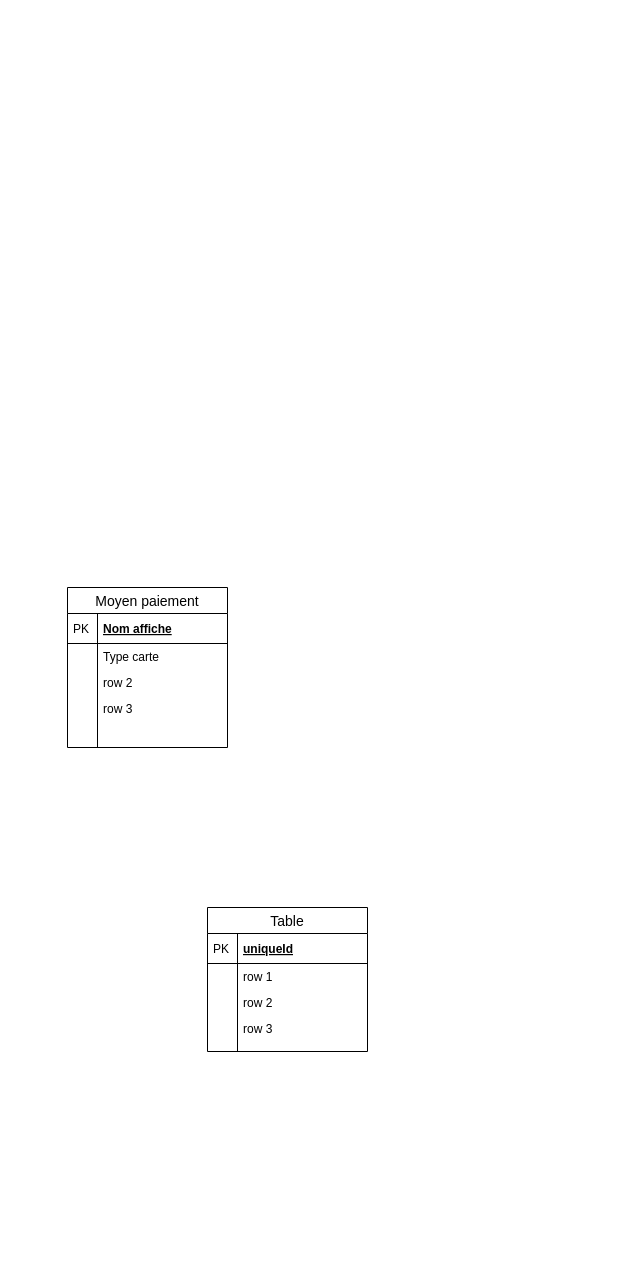
The draw.io diagram Untitled Diagram.drawio in mathis-brionne/PiscineING3, before the edit. Source tidied: cells renumbered, new cells numbered last; positions are measured from the earlier drawing's top-left corner, leaving out a move shared by most shapes. Both pictures are drawn from the tidied source at 100%, with x=0, y=0 at pixel (67, 587).
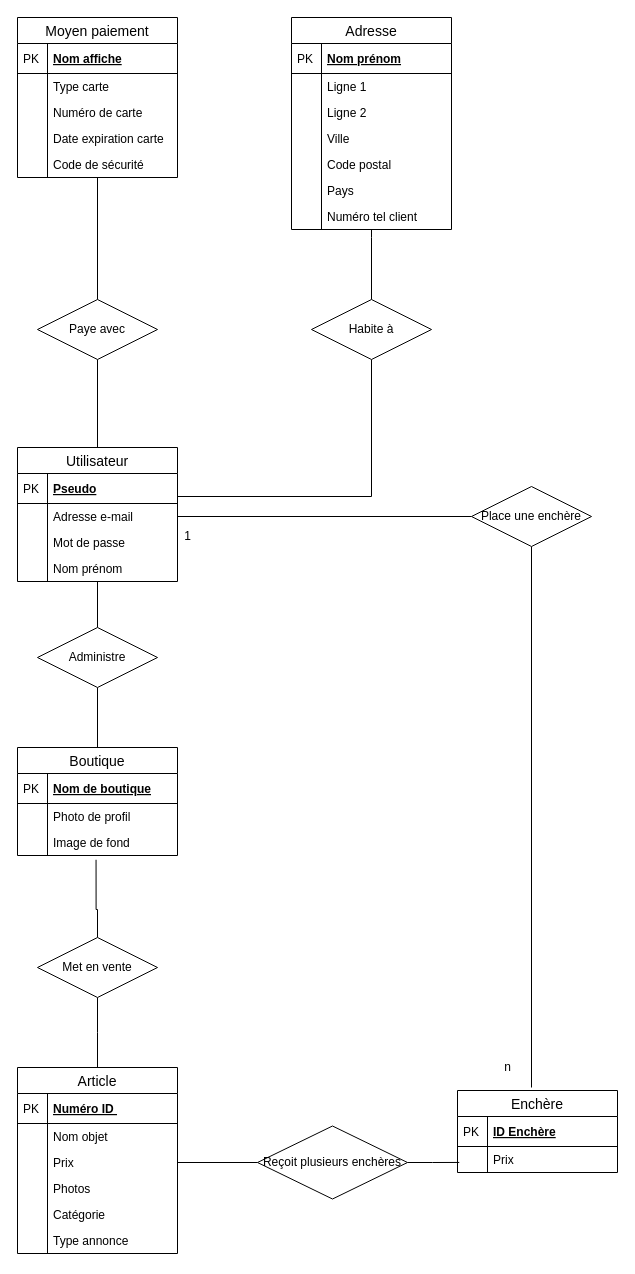
Above is the later version.

Diff of the diagram source:
```diff
@@
+    <mxCell id="24" style="edgeStyle=orthogonalEdgeStyle;rounded=0;jettySize=auto;html=1;endArrow=none;endFill=0;" parent="1" edge="1" source="2" target="78">
+      <mxGeometry relative="1" as="geometry" />
+    </mxCell>
     <mxCell id="2" value="Moyen paiement" style="swimlane;fontStyle=0;horizontal=1;startSize=26;align=center;fontSize=14;" parent="1" vertex="1">
-      <mxGeometry width="160" height="160" as="geometry" />
+      <mxGeometry x="-50" y="-570" width="160" height="160" as="geometry" />
     </mxCell>
@@
-    <mxCell id="7" value="row 2" style="shape=partialRectangle;top=0;left=0;right=0;bottom=0;align=left;verticalAlign=top;fillColor=none;spacingLeft=34;spacingRight=4;overflow=hidden;fontSize=12;" parent="2" vertex="1">
+    <mxCell id="7" value="Numéro de carte" style="shape=partialRectangle;top=0;left=0;right=0;bottom=0;align=left;verticalAlign=top;fillColor=none;spacingLeft=34;spacingRight=4;overflow=hidden;fontSize=12;" parent="2" vertex="1">
       <mxGeometry y="82" width="160" height="26" as="geometry" />
     </mxCell>
@@
-    <mxCell id="9" value="row 3" style="shape=partialRectangle;top=0;left=0;right=0;bottom=0;align=left;verticalAlign=top;fillColor=none;spacingLeft=34;spacingRight=4;overflow=hidden;fontSize=12;" parent="2" vertex="1">
+    <mxCell id="9" value="Date expiration carte" style="shape=partialRectangle;top=0;left=0;right=0;bottom=0;align=left;verticalAlign=top;fillColor=none;spacingLeft=34;spacingRight=4;overflow=hidden;fontSize=12;" parent="2" vertex="1">
       <mxGeometry y="108" width="160" height="26" as="geometry" />
     </mxCell>
@@
-    <mxCell id="11" style="shape=partialRectangle;top=0;left=0;right=0;bottom=0;align=left;verticalAlign=top;fillColor=none;spacingLeft=34;spacingRight=4;overflow=hidden;fontSize=12;" parent="2" vertex="1">
+    <mxCell id="11" value="Code de sécurité" style="shape=partialRectangle;top=0;left=0;right=0;bottom=0;align=left;verticalAlign=top;fillColor=none;spacingLeft=34;spacingRight=4;overflow=hidden;fontSize=12;" parent="2" vertex="1">
       <mxGeometry y="134" width="160" height="26" as="geometry" />
     </mxCell>
@@
-    <mxCell id="13" value="Table" style="swimlane;fontStyle=0;horizontal=1;startSize=26;align=center;fontSize=14;" parent="1" vertex="1">
-      <mxGeometry x="140" y="320" width="160" height="144" as="geometry" />
+    <mxCell id="13" value="Adresse" style="swimlane;fontStyle=0;horizontal=1;startSize=26;align=center;fontSize=14;" parent="1" vertex="1">
+      <mxGeometry x="224" y="-570" width="160" height="212" as="geometry" />
     </mxCell>
-    <mxCell id="14" value="uniqueId" style="shape=partialRectangle;top=0;left=0;right=0;bottom=1;align=left;verticalAlign=middle;fillColor=none;spacingLeft=34;spacingRight=4;overflow=hidden;fontStyle=5;fontSize=12;" parent="13" vertex="1">
+    <mxCell id="14" value="Nom prénom" style="shape=partialRectangle;top=0;left=0;right=0;bottom=1;align=left;verticalAlign=middle;fillColor=none;spacingLeft=34;spacingRight=4;overflow=hidden;fontStyle=5;fontSize=12;" parent="13" vertex="1">
       <mxGeometry y="26" width="160" height="30" as="geometry" />
     </mxCell>
@@
-    <mxCell id="16" value="row 1" style="shape=partialRectangle;top=0;left=0;right=0;bottom=0;align=left;verticalAlign=top;fillColor=none;spacingLeft=34;spacingRight=4;overflow=hidden;fontSize=12;" parent="13" vertex="1">
+    <mxCell id="16" value="Ligne 1" style="shape=partialRectangle;top=0;left=0;right=0;bottom=0;align=left;verticalAlign=top;fillColor=none;spacingLeft=34;spacingRight=4;overflow=hidden;fontSize=12;" parent="13" vertex="1">
       <mxGeometry y="56" width="160" height="26" as="geometry" />
     </mxCell>
@@
-    <mxCell id="18" value="row 2" style="shape=partialRectangle;top=0;left=0;right=0;bottom=0;align=left;verticalAlign=top;fillColor=none;spacingLeft=34;spacingRight=4;overflow=hidden;fontSize=12;" parent="13" vertex="1">
+    <mxCell id="18" value="Ligne 2" style="shape=partialRectangle;top=0;left=0;right=0;bottom=0;align=left;verticalAlign=top;fillColor=none;spacingLeft=34;spacingRight=4;overflow=hidden;fontSize=12;" parent="13" vertex="1">
       <mxGeometry y="82" width="160" height="26" as="geometry" />
     </mxCell>
@@
-    <mxCell id="20" value="row 3" style="shape=partialRectangle;top=0;left=0;right=0;bottom=0;align=left;verticalAlign=top;fillColor=none;spacingLeft=34;spacingRight=4;overflow=hidden;fontSize=12;" parent="13" vertex="1">
+    <mxCell id="20" value="Ville" style="shape=partialRectangle;top=0;left=0;right=0;bottom=0;align=left;verticalAlign=top;fillColor=none;spacingLeft=34;spacingRight=4;overflow=hidden;fontSize=12;" parent="13" vertex="1">
       <mxGeometry y="108" width="160" height="26" as="geometry" />
     </mxCell>
@@
-    <mxCell id="22" style="shape=partialRectangle;top=0;left=0;right=0;bottom=0;align=left;verticalAlign=top;fillColor=none;spacingLeft=34;spacingRight=4;overflow=hidden;fontSize=12;" parent="13" vertex="1">
-      <mxGeometry y="134" width="160" height="10" as="geometry" />
-    </mxCell>
-    <mxCell id="23" style="shape=partialRectangle;top=0;left=0;bottom=0;fillColor=none;align=left;verticalAlign=top;spacingLeft=4;spacingRight=4;overflow=hidden;fontSize=12;" parent="22" vertex="1">
-      <mxGeometry width="30" height="10" as="geometry" />
-    </mxCell>
+    <mxCell id="25" value="Code postal" style="shape=partialRectangle;top=0;left=0;right=0;bottom=0;align=left;verticalAlign=top;fillColor=none;spacingLeft=34;spacingRight=4;overflow=hidden;fontSize=12;" parent="13" vertex="1">
+      <mxGeometry y="134" width="160" height="26" as="geometry" />
+    </mxCell>
+    <mxCell id="26" style="shape=partialRectangle;top=0;left=0;bottom=0;fillColor=none;align=left;verticalAlign=top;spacingLeft=4;spacingRight=4;overflow=hidden;fontSize=12;" parent="25" vertex="1">
+      <mxGeometry width="30" height="26" as="geometry" />
+    </mxCell>
+    <mxCell id="27" value="Pays" style="shape=partialRectangle;top=0;left=0;right=0;bottom=0;align=left;verticalAlign=top;fillColor=none;spacingLeft=34;spacingRight=4;overflow=hidden;fontSize=12;" parent="13" vertex="1">
+      <mxGeometry y="160" width="160" height="26" as="geometry" />
+    </mxCell>
+    <mxCell id="28" style="shape=partialRectangle;top=0;left=0;bottom=0;fillColor=none;align=left;verticalAlign=top;spacingLeft=4;spacingRight=4;overflow=hidden;fontSize=12;" parent="27" vertex="1">
+      <mxGeometry width="30" height="26" as="geometry" />
+    </mxCell>
+    <mxCell id="29" value="Numéro tel client" style="shape=partialRectangle;top=0;left=0;right=0;bottom=0;align=left;verticalAlign=top;fillColor=none;spacingLeft=34;spacingRight=4;overflow=hidden;points=[[0,0.5],[1,0.5]];portConstraint=eastwest;fontSize=12;" parent="13" vertex="1">
+      <mxGeometry y="186" width="160" height="26" as="geometry" />
+    </mxCell>
+    <mxCell id="30" style="shape=partialRectangle;top=0;left=0;bottom=0;fillColor=none;align=left;verticalAlign=top;spacingLeft=4;spacingRight=4;overflow=hidden;fontSize=12;" parent="29" vertex="1">
+      <mxGeometry width="30" height="26" as="geometry" />
+    </mxCell>
+    <mxCell id="31" style="edgeStyle=orthogonalEdgeStyle;rounded=0;jettySize=auto;html=1;endArrow=none;endFill=0;" parent="1" edge="1" source="32" target="73">
+      <mxGeometry relative="1" as="geometry" />
+    </mxCell>
+    <mxCell id="32" value="Utilisateur" style="swimlane;fontStyle=0;horizontal=1;startSize=26;align=center;fontSize=14;" parent="1" vertex="1">
+      <mxGeometry x="-50" y="-140" width="160" height="134" as="geometry" />
+    </mxCell>
+    <mxCell id="33" value="Pseudo" style="shape=partialRectangle;top=0;left=0;right=0;bottom=1;align=left;verticalAlign=middle;fillColor=none;spacingLeft=34;spacingRight=4;overflow=hidden;fontStyle=5;fontSize=12;" parent="32" vertex="1">
+      <mxGeometry y="26" width="160" height="30" as="geometry" />
+    </mxCell>
+    <mxCell id="34" value="PK" style="shape=partialRectangle;top=0;left=0;bottom=0;fillColor=none;align=left;verticalAlign=middle;spacingLeft=4;spacingRight=4;overflow=hidden;fontSize=12;" parent="33" vertex="1">
+      <mxGeometry width="30" height="30" as="geometry" />
+    </mxCell>
+    <mxCell id="35" value="Adresse e-mail" style="shape=partialRectangle;top=0;left=0;right=0;bottom=0;align=left;verticalAlign=top;fillColor=none;spacingLeft=34;spacingRight=4;overflow=hidden;points=[[0,0.5],[1,0.5]];portConstraint=eastwest;fontSize=12;" parent="32" vertex="1">
+      <mxGeometry y="56" width="160" height="26" as="geometry" />
+    </mxCell>
+    <mxCell id="36" style="shape=partialRectangle;top=0;left=0;bottom=0;fillColor=none;align=left;verticalAlign=top;spacingLeft=4;spacingRight=4;overflow=hidden;fontSize=12;" parent="35" vertex="1">
+      <mxGeometry width="30" height="26" as="geometry" />
+    </mxCell>
+    <mxCell id="37" value="Mot de passe" style="shape=partialRectangle;top=0;left=0;right=0;bottom=0;align=left;verticalAlign=top;fillColor=none;spacingLeft=34;spacingRight=4;overflow=hidden;fontSize=12;" parent="32" vertex="1">
+      <mxGeometry y="82" width="160" height="26" as="geometry" />
+    </mxCell>
+    <mxCell id="38" style="shape=partialRectangle;top=0;left=0;bottom=0;fillColor=none;align=left;verticalAlign=top;spacingLeft=4;spacingRight=4;overflow=hidden;fontSize=12;" parent="37" vertex="1">
+      <mxGeometry width="30" height="26" as="geometry" />
+    </mxCell>
+    <mxCell id="39" value="Nom prénom" style="shape=partialRectangle;top=0;left=0;right=0;bottom=0;align=left;verticalAlign=top;fillColor=none;spacingLeft=34;spacingRight=4;overflow=hidden;fontSize=12;" parent="32" vertex="1">
+      <mxGeometry y="108" width="160" height="26" as="geometry" />
+    </mxCell>
+    <mxCell id="40" style="shape=partialRectangle;top=0;left=0;bottom=0;fillColor=none;align=left;verticalAlign=top;spacingLeft=4;spacingRight=4;overflow=hidden;fontSize=12;" parent="39" vertex="1">
+      <mxGeometry width="30" height="26" as="geometry" />
+    </mxCell>
+    <mxCell id="41" value="Boutique" style="swimlane;fontStyle=0;horizontal=1;startSize=26;align=center;fontSize=14;" parent="1" vertex="1">
+      <mxGeometry x="-50" y="160" width="160" height="108" as="geometry" />
+    </mxCell>
+    <mxCell id="42" value="Nom de boutique" style="shape=partialRectangle;top=0;left=0;right=0;bottom=1;align=left;verticalAlign=middle;fillColor=none;spacingLeft=34;spacingRight=4;overflow=hidden;fontStyle=5;fontSize=12;" parent="41" vertex="1">
+      <mxGeometry y="26" width="160" height="30" as="geometry" />
+    </mxCell>
+    <mxCell id="43" value="PK" style="shape=partialRectangle;top=0;left=0;bottom=0;fillColor=none;align=left;verticalAlign=middle;spacingLeft=4;spacingRight=4;overflow=hidden;fontSize=12;" parent="42" vertex="1">
+      <mxGeometry width="30" height="30" as="geometry" />
+    </mxCell>
+    <mxCell id="44" value="Photo de profil" style="shape=partialRectangle;top=0;left=0;right=0;bottom=0;align=left;verticalAlign=top;fillColor=none;spacingLeft=34;spacingRight=4;overflow=hidden;fontSize=12;" parent="41" vertex="1">
+      <mxGeometry y="56" width="160" height="26" as="geometry" />
+    </mxCell>
+    <mxCell id="45" style="shape=partialRectangle;top=0;left=0;bottom=0;fillColor=none;align=left;verticalAlign=top;spacingLeft=4;spacingRight=4;overflow=hidden;fontSize=12;" parent="44" vertex="1">
+      <mxGeometry width="30" height="26" as="geometry" />
+    </mxCell>
+    <mxCell id="46" value="Image de fond" style="shape=partialRectangle;top=0;left=0;right=0;bottom=0;align=left;verticalAlign=top;fillColor=none;spacingLeft=34;spacingRight=4;overflow=hidden;points=[[0,0.5],[1,0.5]];portConstraint=eastwest;fontSize=12;" parent="41" vertex="1">
+      <mxGeometry y="82" width="160" height="26" as="geometry" />
+    </mxCell>
+    <mxCell id="47" style="shape=partialRectangle;top=0;left=0;bottom=0;fillColor=none;align=left;verticalAlign=top;spacingLeft=4;spacingRight=4;overflow=hidden;fontSize=12;" parent="46" vertex="1">
+      <mxGeometry width="30" height="26" as="geometry" />
+    </mxCell>
+    <mxCell id="48" value="Article" style="swimlane;fontStyle=0;horizontal=1;startSize=26;align=center;fontSize=14;" parent="1" vertex="1">
+      <mxGeometry x="-50" y="480" width="160" height="186" as="geometry" />
+    </mxCell>
+    <mxCell id="49" value="Numéro ID " style="shape=partialRectangle;top=0;left=0;right=0;bottom=1;align=left;verticalAlign=middle;fillColor=none;spacingLeft=34;spacingRight=4;overflow=hidden;fontStyle=5;fontSize=12;" parent="48" vertex="1">
+      <mxGeometry y="26" width="160" height="30" as="geometry" />
+    </mxCell>
+    <mxCell id="50" value="PK" style="shape=partialRectangle;top=0;left=0;bottom=0;fillColor=none;align=left;verticalAlign=middle;spacingLeft=4;spacingRight=4;overflow=hidden;fontSize=12;" parent="49" vertex="1">
+      <mxGeometry width="30" height="30" as="geometry" />
+    </mxCell>
+    <mxCell id="51" value="Nom objet" style="shape=partialRectangle;top=0;left=0;right=0;bottom=0;align=left;verticalAlign=top;fillColor=none;spacingLeft=34;spacingRight=4;overflow=hidden;fontSize=12;" parent="48" vertex="1">
+      <mxGeometry y="56" width="160" height="26" as="geometry" />
+    </mxCell>
+    <mxCell id="52" style="shape=partialRectangle;top=0;left=0;bottom=0;fillColor=none;align=left;verticalAlign=top;spacingLeft=4;spacingRight=4;overflow=hidden;fontSize=12;" parent="51" vertex="1">
+      <mxGeometry width="30" height="26" as="geometry" />
+    </mxCell>
+    <mxCell id="53" value="Prix" style="shape=partialRectangle;top=0;left=0;right=0;bottom=0;align=left;verticalAlign=top;fillColor=none;spacingLeft=34;spacingRight=4;overflow=hidden;points=[[0,0.5],[1,0.5]];portConstraint=eastwest;fontSize=12;" parent="48" vertex="1">
+      <mxGeometry y="82" width="160" height="26" as="geometry" />
+    </mxCell>
+    <mxCell id="54" style="shape=partialRectangle;top=0;left=0;bottom=0;fillColor=none;align=left;verticalAlign=top;spacingLeft=4;spacingRight=4;overflow=hidden;fontSize=12;" parent="53" vertex="1">
+      <mxGeometry width="30" height="26" as="geometry" />
+    </mxCell>
+    <mxCell id="55" value="Photos" style="shape=partialRectangle;top=0;left=0;right=0;bottom=0;align=left;verticalAlign=top;fillColor=none;spacingLeft=34;spacingRight=4;overflow=hidden;fontSize=12;" parent="48" vertex="1">
+      <mxGeometry y="108" width="160" height="26" as="geometry" />
+    </mxCell>
+    <mxCell id="56" style="shape=partialRectangle;top=0;left=0;bottom=0;fillColor=none;align=left;verticalAlign=top;spacingLeft=4;spacingRight=4;overflow=hidden;fontSize=12;" parent="55" vertex="1">
+      <mxGeometry width="30" height="26" as="geometry" />
+    </mxCell>
+    <mxCell id="57" value="Catégorie" style="shape=partialRectangle;top=0;left=0;right=0;bottom=0;align=left;verticalAlign=top;fillColor=none;spacingLeft=34;spacingRight=4;overflow=hidden;fontSize=12;" parent="48" vertex="1">
+      <mxGeometry y="134" width="160" height="26" as="geometry" />
+    </mxCell>
+    <mxCell id="58" style="shape=partialRectangle;top=0;left=0;bottom=0;fillColor=none;align=left;verticalAlign=top;spacingLeft=4;spacingRight=4;overflow=hidden;fontSize=12;" parent="57" vertex="1">
+      <mxGeometry width="30" height="26" as="geometry" />
+    </mxCell>
+    <mxCell id="59" value="Type annonce" style="shape=partialRectangle;top=0;left=0;right=0;bottom=0;align=left;verticalAlign=top;fillColor=none;spacingLeft=34;spacingRight=4;overflow=hidden;fontSize=12;" parent="48" vertex="1">
+      <mxGeometry y="160" width="160" height="26" as="geometry" />
+    </mxCell>
+    <mxCell id="60" style="shape=partialRectangle;top=0;left=0;bottom=0;fillColor=none;align=left;verticalAlign=top;spacingLeft=4;spacingRight=4;overflow=hidden;fontSize=12;" parent="59" vertex="1">
+      <mxGeometry width="30" height="26" as="geometry" />
+    </mxCell>
+    <mxCell id="61" value="Enchère" style="swimlane;fontStyle=0;horizontal=1;startSize=26;align=center;fontSize=14;" parent="1" vertex="1">
+      <mxGeometry x="390" y="503" width="160" height="82" as="geometry" />
+    </mxCell>
+    <mxCell id="62" value="ID Enchère" style="shape=partialRectangle;top=0;left=0;right=0;bottom=1;align=left;verticalAlign=middle;fillColor=none;spacingLeft=34;spacingRight=4;overflow=hidden;fontStyle=5;fontSize=12;" parent="61" vertex="1">
+      <mxGeometry y="26" width="160" height="30" as="geometry" />
+    </mxCell>
+    <mxCell id="63" value="PK" style="shape=partialRectangle;top=0;left=0;bottom=0;fillColor=none;align=left;verticalAlign=middle;spacingLeft=4;spacingRight=4;overflow=hidden;fontSize=12;" parent="62" vertex="1">
+      <mxGeometry width="30" height="30" as="geometry" />
+    </mxCell>
+    <mxCell id="64" value="Prix" style="shape=partialRectangle;top=0;left=0;right=0;bottom=0;align=left;verticalAlign=top;fillColor=none;spacingLeft=34;spacingRight=4;overflow=hidden;points=[[0,0.5],[1,0.5]];portConstraint=eastwest;fontSize=12;" parent="61" vertex="1">
+      <mxGeometry y="56" width="160" height="26" as="geometry" />
+    </mxCell>
+    <mxCell id="65" style="shape=partialRectangle;top=0;left=0;bottom=0;fillColor=none;align=left;verticalAlign=top;spacingLeft=4;spacingRight=4;overflow=hidden;fontSize=12;" parent="64" vertex="1">
+      <mxGeometry width="30" height="26" as="geometry" />
+    </mxCell>
+    <mxCell id="66" style="edgeStyle=orthogonalEdgeStyle;rounded=0;jettySize=auto;html=1;endArrow=none;endFill=0;" parent="1" edge="1" source="68" target="53">
+      <mxGeometry relative="1" as="geometry" />
+    </mxCell>
+    <mxCell id="67" style="edgeStyle=orthogonalEdgeStyle;rounded=0;jettySize=auto;html=1;endArrow=none;endFill=0;entryX=0.011;entryY=0.613;entryDx=0;entryDy=0;entryPerimeter=0;" parent="1" edge="1" source="68" target="64">
+      <mxGeometry relative="1" as="geometry" />
+    </mxCell>
+    <mxCell id="68" value="Reçoit plusieurs enchères" style="shape=rhombus;perimeter=rhombusPerimeter;whiteSpace=wrap;html=1;align=center;" parent="1" vertex="1">
+      <mxGeometry x="190" y="538.5" width="150" height="73" as="geometry" />
+    </mxCell>
+    <mxCell id="69" style="edgeStyle=orthogonalEdgeStyle;rounded=0;jettySize=auto;html=1;endArrow=none;endFill=0;entryX=0.491;entryY=1.165;entryDx=0;entryDy=0;entryPerimeter=0;" parent="1" edge="1" source="71" target="46">
+      <mxGeometry relative="1" as="geometry">
+        <Array as="points">
+          <mxPoint x="30" y="322" />
+          <mxPoint x="29" y="322" />
+        </Array>
+      </mxGeometry>
+    </mxCell>
+    <mxCell id="70" style="edgeStyle=orthogonalEdgeStyle;rounded=0;jettySize=auto;html=1;endArrow=none;endFill=0;" parent="1" edge="1" source="71">
+      <mxGeometry relative="1" as="geometry">
+        <mxPoint x="30" y="480" as="targetPoint" />
+      </mxGeometry>
+    </mxCell>
+    <mxCell id="71" value="Met en vente" style="shape=rhombus;perimeter=rhombusPerimeter;whiteSpace=wrap;html=1;align=center;" parent="1" vertex="1">
+      <mxGeometry x="-30" y="350" width="120" height="60" as="geometry" />
+    </mxCell>
+    <mxCell id="72" style="edgeStyle=orthogonalEdgeStyle;rounded=0;jettySize=auto;html=1;endArrow=none;endFill=0;entryX=0.5;entryY=0;entryDx=0;entryDy=0;" parent="1" edge="1" source="73" target="41">
+      <mxGeometry relative="1" as="geometry" />
+    </mxCell>
+    <mxCell id="73" value="Administre" style="shape=rhombus;perimeter=rhombusPerimeter;whiteSpace=wrap;html=1;align=center;" parent="1" vertex="1">
+      <mxGeometry x="-30" y="40" width="120" height="60" as="geometry" />
+    </mxCell>
+    <mxCell id="74" style="edgeStyle=orthogonalEdgeStyle;rounded=0;jettySize=auto;html=1;endArrow=none;endFill=0;entryX=1;entryY=0.5;entryDx=0;entryDy=0;" parent="1" edge="1" source="76" target="35">
+      <mxGeometry relative="1" as="geometry" />
+    </mxCell>
+    <mxCell id="75" style="edgeStyle=orthogonalEdgeStyle;rounded=0;jettySize=auto;html=1;endArrow=none;endFill=0;" parent="1" edge="1" source="76">
+      <mxGeometry relative="1" as="geometry">
+        <mxPoint x="464" y="500" as="targetPoint" />
+      </mxGeometry>
+    </mxCell>
+    <mxCell id="76" value="Place une enchère" style="shape=rhombus;perimeter=rhombusPerimeter;whiteSpace=wrap;html=1;align=center;" parent="1" vertex="1">
+      <mxGeometry x="404" y="-101" width="120" height="60" as="geometry" />
+    </mxCell>
+    <mxCell id="77" style="edgeStyle=orthogonalEdgeStyle;rounded=0;jettySize=auto;html=1;endArrow=none;endFill=0;" parent="1" edge="1" source="78" target="32">
+      <mxGeometry relative="1" as="geometry" />
+    </mxCell>
+    <mxCell id="78" value="Paye avec" style="shape=rhombus;perimeter=rhombusPerimeter;whiteSpace=wrap;html=1;align=center;" parent="1" vertex="1">
+      <mxGeometry x="-30" y="-288" width="120" height="60" as="geometry" />
+    </mxCell>
+    <mxCell id="79" style="edgeStyle=orthogonalEdgeStyle;rounded=0;jettySize=auto;html=1;endArrow=none;endFill=0;" parent="1" edge="1" source="81">
+      <mxGeometry relative="1" as="geometry">
+        <mxPoint x="110" y="-91" as="targetPoint" />
+        <Array as="points">
+          <mxPoint x="304" y="-91" />
+        </Array>
+      </mxGeometry>
+    </mxCell>
+    <mxCell id="80" style="edgeStyle=orthogonalEdgeStyle;rounded=0;jettySize=auto;html=1;endArrow=none;endFill=0;" parent="1" edge="1" source="81" target="29">
+      <mxGeometry relative="1" as="geometry">
+        <Array as="points">
+          <mxPoint x="304" y="-350" />
+          <mxPoint x="304" y="-350" />
+        </Array>
+      </mxGeometry>
+    </mxCell>
+    <mxCell id="81" value="Habite à" style="shape=rhombus;perimeter=rhombusPerimeter;whiteSpace=wrap;html=1;align=center;" parent="1" vertex="1">
+      <mxGeometry x="244" y="-288" width="120" height="60" as="geometry" />
+    </mxCell>
+    <mxCell id="82" value="1" style="text;html=1;align=center;verticalAlign=middle;" parent="1" vertex="1">
+      <mxGeometry x="110" y="-61" width="20" height="20" as="geometry" />
+    </mxCell>
+    <mxCell id="83" value="n" style="text;html=1;align=center;verticalAlign=middle;" parent="1" vertex="1">
+      <mxGeometry x="430" y="470" width="20" height="20" as="geometry" />
+    </mxCell>
```
